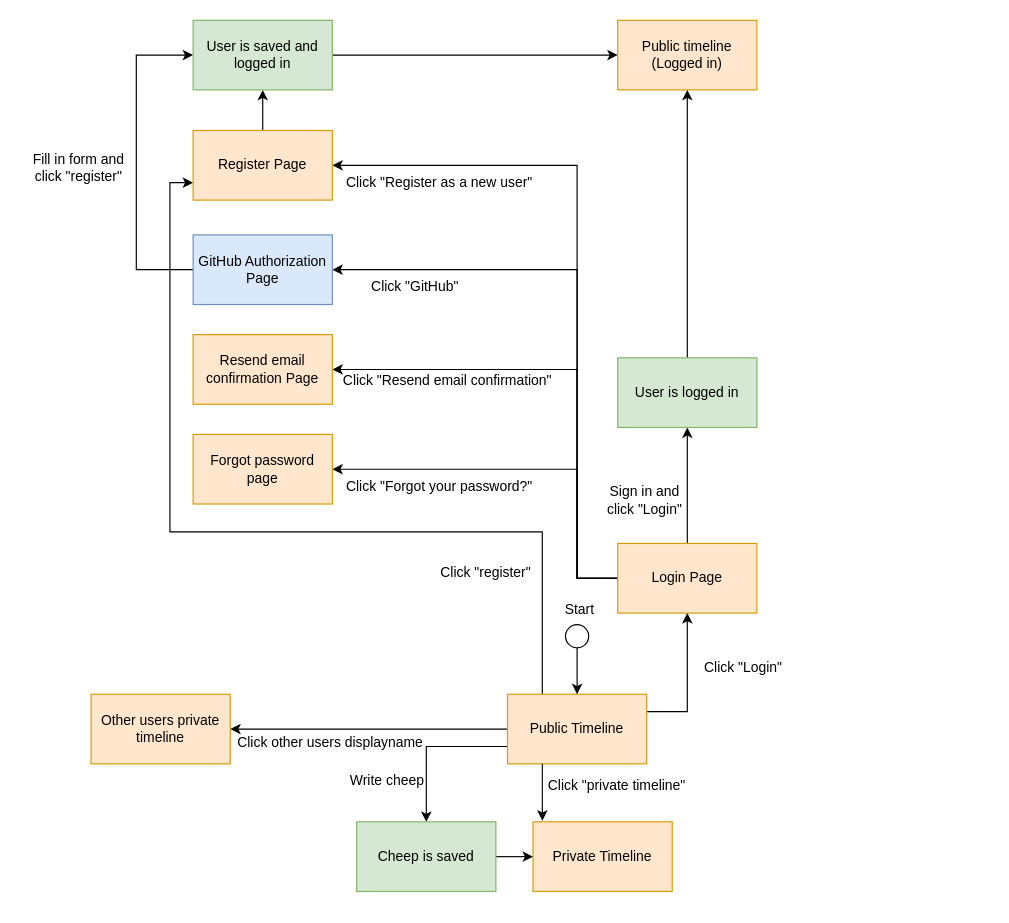
The draw.io diagram docs/diagrams/UnauthorizedUserActivities.drawio in ITU-BDSA2024-GROUP14/Chirp, before the edit. Source tidied: cells renumbered, new cells numbered last; positions are measured from the earlier drawing's top-left corner, leaving out a move shared by most shapes. Both pictures are drawn from the tidied source at 116%, with x=0, y=0 at pixel (20, 20).
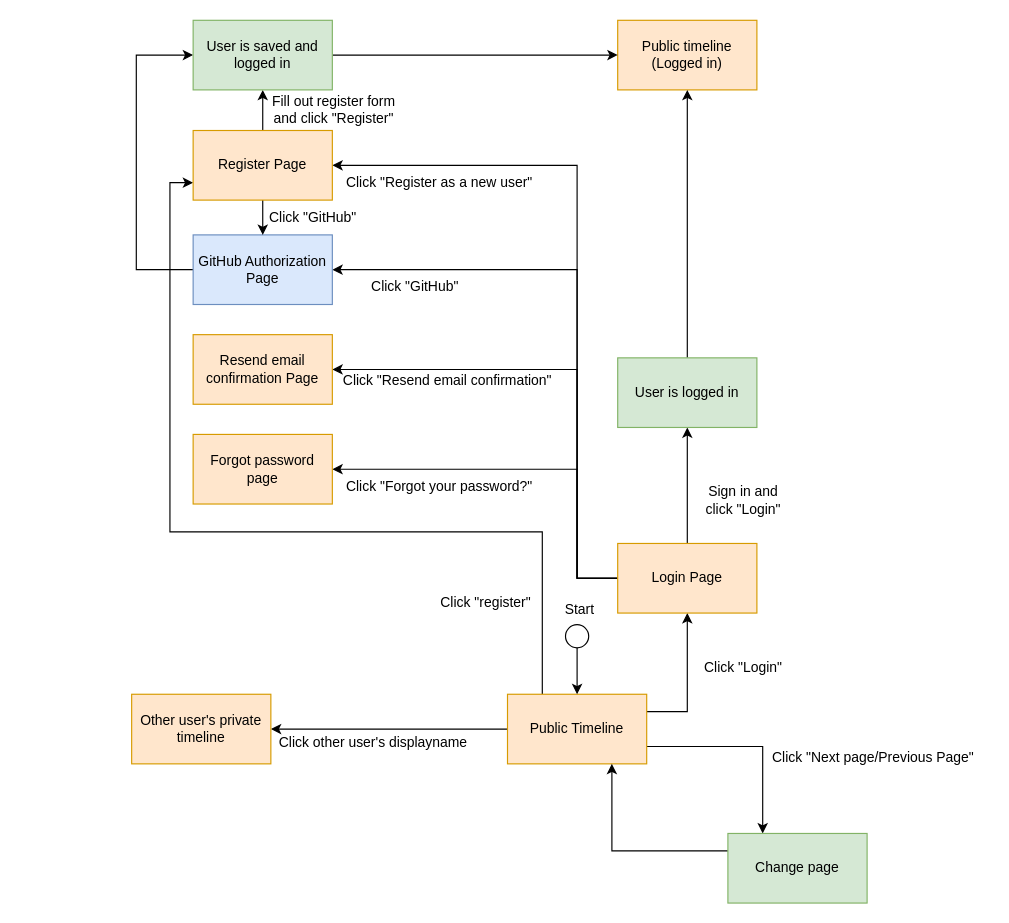
The same page after the edit.

Commit message (it also covers changes not shown here):
Replaced unauthorized user activity diagrams

The change refers to these unchanged cells:
```xml
<mxCell id="6" value="Public Timeline" style="rounded=0;whiteSpace=wrap;html=1;fillColor=#ffe6cc;strokeColor=#d79b00;" parent="1" vertex="1">
  <mxGeometry x="420" y="581" width="120" height="60" as="geometry" />
</mxCell>
<mxCell id="32" value="GitHub Authorization Page" style="rounded=0;whiteSpace=wrap;html=1;fillColor=#dae8fc;strokeColor=#6c8ebf;" parent="1" vertex="1">
  <mxGeometry x="149" y="185" width="120" height="60" as="geometry" />
</mxCell>
<mxCell id="37" value="Register Page" style="rounded=0;whiteSpace=wrap;html=1;fillColor=#ffe6cc;strokeColor=#d79b00;" parent="1" vertex="1">
  <mxGeometry x="149" y="95" width="120" height="60" as="geometry" />
</mxCell>
```

Diff of the diagram source:
```diff
@@
-    <mxCell id="3" style="edgeStyle=orthogonalEdgeStyle;rounded=0;jettySize=auto;html=1;exitX=0;exitY=0.75;exitDx=0;exitDy=0;entryX=0.5;entryY=0;entryDx=0;entryDy=0;" parent="1" edge="1" source="6" target="16">
-      <mxGeometry relative="1" as="geometry" />
-    </mxCell>
@@
+    <mxCell id="43" style="edgeStyle=orthogonalEdgeStyle;rounded=0;jettySize=auto;html=1;exitX=1;exitY=0.75;exitDx=0;exitDy=0;entryX=0.25;entryY=0;entryDx=0;entryDy=0;" parent="1" edge="1" source="6" target="46">
+      <mxGeometry relative="1" as="geometry" />
+    </mxCell>
@@
-    <mxCell id="11" value="Private Timeline" style="rounded=0;whiteSpace=wrap;html=1;fillColor=#ffe6cc;strokeColor=#d79b00;" parent="1" vertex="1">
-      <mxGeometry x="442" y="691" width="120" height="60" as="geometry" />
-    </mxCell>
-    <mxCell id="12" value="Click &quot;private timeline&quot;" style="text;html=1;align=center;verticalAlign=middle;strokeColor=none;fillColor=none;" parent="1" vertex="1">
-      <mxGeometry x="444" y="645" width="140" height="30" as="geometry" />
-    </mxCell>
-    <mxCell id="13" value="Other users private timeline" style="rounded=0;whiteSpace=wrap;html=1;fillColor=#ffe6cc;strokeColor=#d79b00;" parent="1" vertex="1">
-      <mxGeometry x="61" y="581" width="120" height="60" as="geometry" />
+    <mxCell id="13" value="Other user's private timeline" style="rounded=0;whiteSpace=wrap;html=1;fillColor=#ffe6cc;strokeColor=#d79b00;" parent="1" vertex="1">
+      <mxGeometry x="96" y="581" width="120" height="60" as="geometry" />
     </mxCell>
-    <mxCell id="14" value="Click other users displayname" style="text;html=1;align=center;verticalAlign=middle;strokeColor=none;fillColor=none;" parent="1" vertex="1">
-      <mxGeometry x="177" y="608" width="180" height="30" as="geometry" />
+    <mxCell id="14" value="Click other user's displayname" style="text;html=1;align=center;verticalAlign=middle;strokeColor=none;fillColor=none;" parent="1" vertex="1">
+      <mxGeometry x="209" y="608" width="190" height="30" as="geometry" />
     </mxCell>
-    <mxCell id="15" style="edgeStyle=orthogonalEdgeStyle;rounded=0;jettySize=auto;html=1;exitX=1;exitY=0.5;exitDx=0;exitDy=0;entryX=0;entryY=0.5;entryDx=0;entryDy=0;" parent="1" edge="1" source="16" target="11">
-      <mxGeometry relative="1" as="geometry" />
-    </mxCell>
-    <mxCell id="16" value="Cheep is saved" style="rounded=0;whiteSpace=wrap;html=1;fillColor=#d5e8d4;strokeColor=#82b366;" parent="1" vertex="1">
-      <mxGeometry x="290" y="691" width="120" height="60" as="geometry" />
-    </mxCell>
-    <mxCell id="17" value="Write cheep" style="text;html=1;align=center;verticalAlign=middle;strokeColor=none;fillColor=none;" parent="1" vertex="1">
-      <mxGeometry x="271" y="641" width="90" height="30" as="geometry" />
-    </mxCell>
-    <mxCell id="18" style="edgeStyle=orthogonalEdgeStyle;rounded=0;jettySize=auto;html=1;exitX=0.25;exitY=1;exitDx=0;exitDy=0;entryX=0.067;entryY=-0.017;entryDx=0;entryDy=0;entryPerimeter=0;" parent="1" edge="1" source="6" target="11">
-      <mxGeometry relative="1" as="geometry" />
-    </mxCell>
@@
     <mxCell id="28" value="&lt;div&gt;Sign in and&lt;/div&gt;&lt;div&gt;click &quot;Login&quot;&lt;br&gt;&lt;/div&gt;" style="text;html=1;align=center;verticalAlign=middle;strokeColor=none;fillColor=none;" parent="1" vertex="1">
-      <mxGeometry x="493" y="394" width="90" height="40" as="geometry" />
+      <mxGeometry x="578" y="394" width="90" height="40" as="geometry" />
     </mxCell>
@@
+    <mxCell id="44" style="edgeStyle=orthogonalEdgeStyle;rounded=0;jettySize=auto;html=1;exitX=0.5;exitY=1;exitDx=0;exitDy=0;entryX=0.5;entryY=0;entryDx=0;entryDy=0;" parent="1" edge="1" source="37" target="32">
+      <mxGeometry relative="1" as="geometry" />
+    </mxCell>
@@
-    <mxCell id="41" value="&lt;div&gt;Fill in form and &lt;br&gt;&lt;/div&gt;&lt;div&gt;click &quot;register&quot;&lt;br&gt;&lt;/div&gt;" style="text;html=1;align=center;verticalAlign=middle;strokeColor=none;fillColor=none;" parent="1" vertex="1">
-      <mxGeometry y="107" width="100" height="40" as="geometry" />
-    </mxCell>
     <mxCell id="42" value="Click &quot;register&quot;" style="text;html=1;align=center;verticalAlign=middle;strokeColor=none;fillColor=none;" parent="1" vertex="1">
-      <mxGeometry x="351" y="461" width="100" height="30" as="geometry" />
+      <mxGeometry x="351" y="487" width="100" height="30" as="geometry" />
     </mxCell>
+    <mxCell id="45" style="edgeStyle=orthogonalEdgeStyle;rounded=0;jettySize=auto;html=1;exitX=0;exitY=0.25;exitDx=0;exitDy=0;entryX=0.75;entryY=1;entryDx=0;entryDy=0;" parent="1" edge="1" source="46" target="6">
+      <mxGeometry relative="1" as="geometry" />
+    </mxCell>
+    <mxCell id="46" value="Change page " style="rounded=0;whiteSpace=wrap;html=1;fillColor=#d5e8d4;strokeColor=#82b366;" parent="1" vertex="1">
+      <mxGeometry x="610" y="701" width="120" height="60" as="geometry" />
+    </mxCell>
+    <mxCell id="47" value="Click &quot;Next page/Previous Page&quot;" style="text;html=1;align=center;verticalAlign=middle;strokeColor=none;fillColor=none;" parent="1" vertex="1">
+      <mxGeometry x="635" y="621" width="200" height="30" as="geometry" />
+    </mxCell>
+    <mxCell id="48" value="Click &quot;GitHub&quot;" style="text;html=1;align=center;verticalAlign=middle;strokeColor=none;fillColor=none;" parent="1" vertex="1">
+      <mxGeometry x="202" y="155" width="100" height="30" as="geometry" />
+    </mxCell>
+    <mxCell id="49" value="&lt;div&gt;Fill out register form&lt;/div&gt;&lt;div&gt;and click &quot;Register&quot;&lt;br&gt; &lt;/div&gt;" style="text;html=1;align=center;verticalAlign=middle;strokeColor=none;fillColor=none;" parent="1" vertex="1">
+      <mxGeometry x="205" y="57" width="130" height="40" as="geometry" />
+    </mxCell>
```
